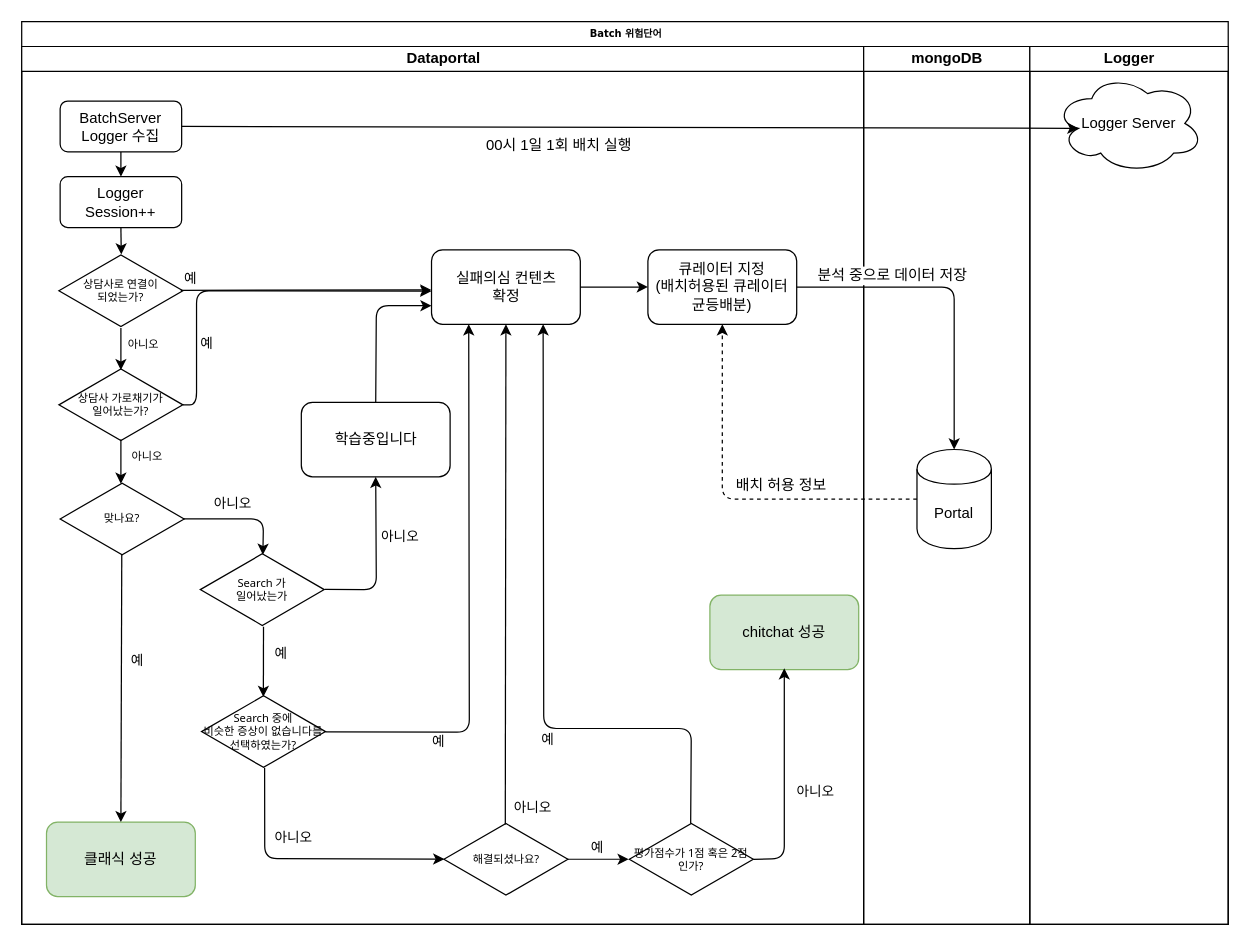
The draw.io diagram page "실패의심 컨텐츠" (2 of 3) of 배치.drawio in dongyoupkim/kdycorp, before the edit. Source tidied: cells renumbered, new cells numbered last; positions are measured from the earlier drawing's top-left corner, leaving out a move shared by most shapes. Both pictures are drawn from the tidied source at 124%, with x=0, y=0 at pixel (21, 21).
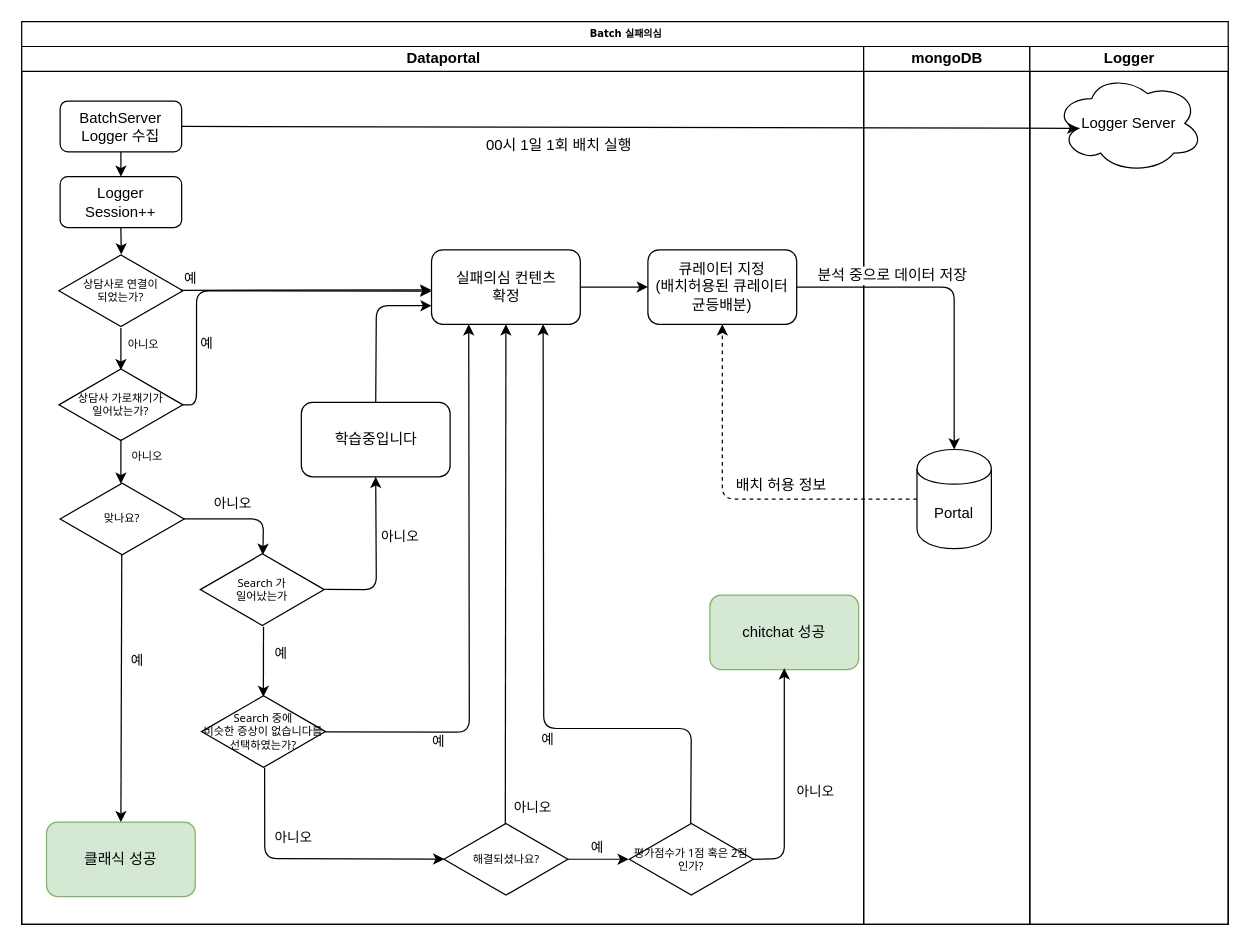
Above is the later version.

Commit message:
배치.drawio 업데이트

The edit, as a diff of the source:
```diff
@@
-    <mxCell id="2" value="Batch 위험단어" style="swimlane;html=1;startSize=20;rounded=0;shadow=0;labelBackgroundColor=none;strokeColor=#000000;strokeWidth=1;fillColor=#ffffff;fontFamily=Verdana;fontSize=8;fontColor=#000000;align=center;" parent="1" vertex="1">
+    <mxCell id="2" value="Batch 실패의심" style="swimlane;html=1;startSize=20;rounded=0;shadow=0;labelBackgroundColor=none;strokeColor=#000000;strokeWidth=1;fillColor=#ffffff;fontFamily=Verdana;fontSize=8;fontColor=#000000;align=center;" parent="1" vertex="1">
       <mxGeometry width="973" height="728" as="geometry" />
     </mxCell>
```
